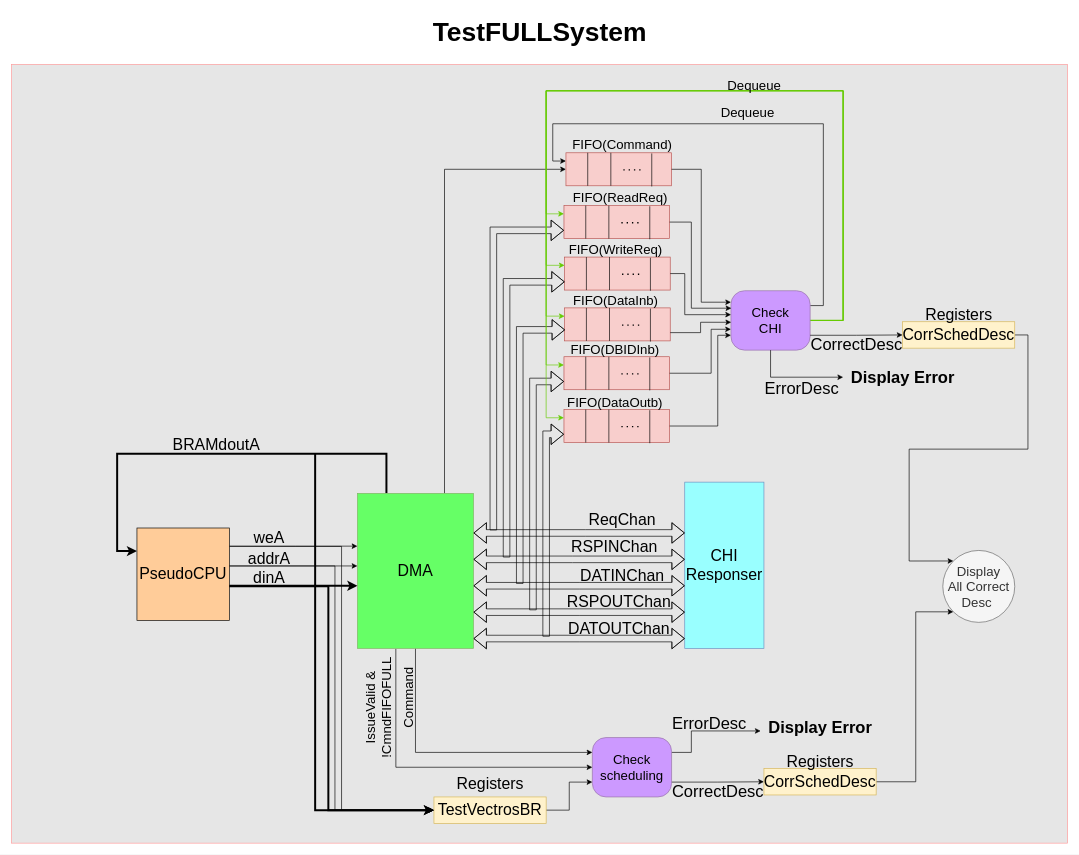
The draw.io diagram page "Σελίδα-4" (6 of 6) of chi-Doc-Draw/DMA/Drawings/FULLSystemAligned.drawio in akourkoulos/Chi-DMA, before the edit. Source tidied: cells renumbered, new cells numbered last; positions are measured from the earlier drawing's top-left corner, leaving out a move shared by most shapes. Both pictures are drawn from the tidied source at 66%, with x=0, y=0 at pixel (11, 11).
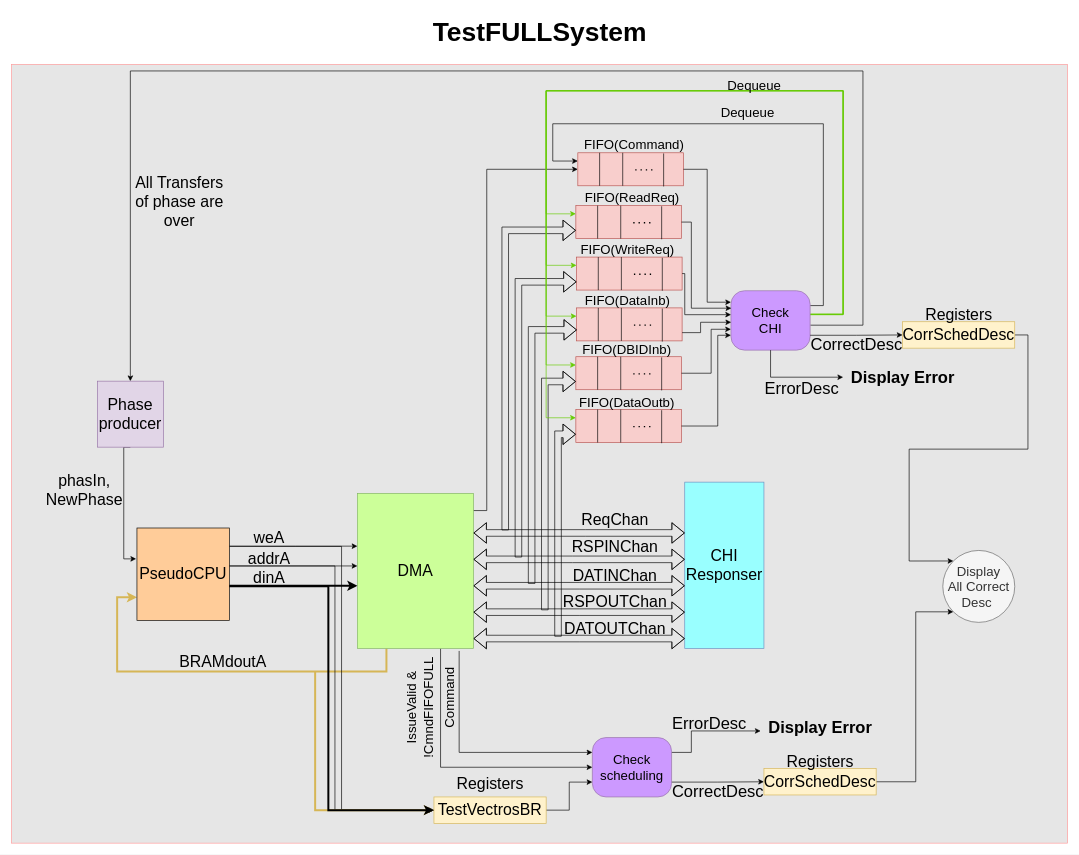
Above is the later version.

Unchanged cells that the change refers to:
```xml
<mxCell id="15" value="&lt;font style=&quot;font-size: 24px;&quot;&gt;PseudoCPU&lt;/font&gt;" style="whiteSpace=wrap;html=1;fontSize=16;fillColor=#FFCC99;" parent="1" vertex="1">
  <mxGeometry x="190" y="782.5" width="140" height="140" as="geometry" />
</mxCell>
<mxCell id="28" value="TestVectrosBR" style="rounded=0;whiteSpace=wrap;html=1;fontSize=24;fillColor=#fff2cc;strokeColor=#d6b656;" parent="1" vertex="1">
  <mxGeometry x="640" y="1190" width="170" height="40" as="geometry" />
</mxCell>
<mxCell id="38" value="Check&lt;br&gt;scheduling" style="rounded=1;whiteSpace=wrap;html=1;fontSize=20;fillColor=#CC99FF;arcSize=23;strokeColor=#9673a6;" parent="1" vertex="1">
  <mxGeometry x="880" y="1100" width="120" height="90" as="geometry" />
</mxCell>
<mxCell id="46" style="rounded=0;whiteSpace=wrap;html=1;fontSize=26;fillColor=#f8cecc;strokeColor=#b85450;" parent="45" vertex="1">
  <mxGeometry width="160" height="50" as="geometry" />
</mxCell>
<mxCell id="53" style="rounded=0;whiteSpace=wrap;html=1;fontSize=26;fillColor=#f8cecc;strokeColor=#b85450;" parent="52" vertex="1">
  <mxGeometry width="160" height="50" as="geometry" />
</mxCell>
<mxCell id="60" style="rounded=0;whiteSpace=wrap;html=1;fontSize=26;fillColor=#f8cecc;strokeColor=#b85450;" parent="59" vertex="1">
  <mxGeometry width="160" height="50" as="geometry" />
</mxCell>
<mxCell id="67" style="rounded=0;whiteSpace=wrap;html=1;fontSize=26;fillColor=#f8cecc;strokeColor=#b85450;" parent="66" vertex="1">
  <mxGeometry width="160" height="50" as="geometry" />
</mxCell>
<mxCell id="74" style="rounded=0;whiteSpace=wrap;html=1;fontSize=26;fillColor=#f8cecc;strokeColor=#b85450;" parent="73" vertex="1">
  <mxGeometry width="160" height="50" as="geometry" />
</mxCell>
<mxCell id="91" value="Check&lt;br&gt;CHI" style="rounded=1;whiteSpace=wrap;html=1;fontSize=20;fillColor=#CC99FF;arcSize=23;strokeColor=#9673a6;" parent="1" vertex="1">
  <mxGeometry x="1090" y="423" width="120" height="90" as="geometry" />
</mxCell>
<mxCell id="93" style="rounded=0;whiteSpace=wrap;html=1;fontSize=26;fillColor=#f8cecc;strokeColor=#b85450;" parent="92" vertex="1">
  <mxGeometry width="160" height="50" as="geometry" />
</mxCell>
```

The edit, as a diff of the source:
```diff
@@
-    <mxCell id="4" style="edgeStyle=orthogonalEdgeStyle;rounded=0;jettySize=auto;html=1;exitX=0.25;exitY=0;exitDx=0;exitDy=0;entryX=0;entryY=0.25;entryDx=0;entryDy=0;strokeWidth=3;fontSize=24;" parent="1" edge="1" source="8" target="15">
+    <mxCell id="4" style="edgeStyle=orthogonalEdgeStyle;rounded=0;jettySize=auto;html=1;entryX=0;entryY=0.75;entryDx=0;entryDy=0;strokeWidth=3;fontSize=24;fillColor=#fff2cc;strokeColor=#d6b656;" parent="1" edge="1" source="8" target="15">
       <mxGeometry relative="1" as="geometry">
         <Array as="points">
-          <mxPoint x="568" y="670" />
-          <mxPoint x="160" y="670" />
-          <mxPoint x="160" y="818" />
+          <mxPoint x="568" y="1000" />
+          <mxPoint x="160" y="1000" />
+          <mxPoint x="160" y="888" />
         </Array>
       </mxGeometry>
     </mxCell>
-    <mxCell id="5" style="edgeStyle=orthogonalEdgeStyle;rounded=0;jettySize=auto;html=1;exitX=0.5;exitY=1;exitDx=0;exitDy=0;entryX=0;entryY=0.25;entryDx=0;entryDy=0;strokeWidth=1;fontSize=24;startArrow=none;startFill=0;" parent="1" edge="1" source="8" target="38">
-      <mxGeometry relative="1" as="geometry" />
+    <mxCell id="5" style="edgeStyle=orthogonalEdgeStyle;rounded=0;jettySize=auto;html=1;exitX=0.876;exitY=1.016;exitDx=0;exitDy=0;entryX=0;entryY=0.25;entryDx=0;entryDy=0;strokeWidth=1;fontSize=24;startArrow=none;startFill=0;exitPerimeter=0;" parent="1" edge="1" source="8" target="38">
+      <mxGeometry relative="1" as="geometry">
+        <Array as="points">
+          <mxPoint x="678" y="1123" />
+        </Array>
+      </mxGeometry>
     </mxCell>
-    <mxCell id="6" style="edgeStyle=orthogonalEdgeStyle;rounded=0;jettySize=auto;html=1;exitX=0.331;exitY=1.003;exitDx=0;exitDy=0;entryX=0;entryY=0.5;entryDx=0;entryDy=0;strokeWidth=1;fontSize=21;startArrow=none;startFill=0;exitPerimeter=0;" parent="1" edge="1" source="8" target="38">
-      <mxGeometry relative="1" as="geometry" />
+    <mxCell id="6" style="edgeStyle=orthogonalEdgeStyle;rounded=0;jettySize=auto;html=1;entryX=0;entryY=0.5;entryDx=0;entryDy=0;strokeWidth=1;fontSize=21;startArrow=none;startFill=0;" parent="1" edge="1" source="8" target="38">
+      <mxGeometry relative="1" as="geometry">
+        <Array as="points">
+          <mxPoint x="650" y="1145" />
+        </Array>
+      </mxGeometry>
     </mxCell>
-    <mxCell id="7" style="edgeStyle=orthogonalEdgeStyle;rounded=0;jettySize=auto;html=1;exitX=0.75;exitY=0;exitDx=0;exitDy=0;entryX=0;entryY=0.5;entryDx=0;entryDy=0;strokeWidth=1;fontSize=25;startArrow=none;startFill=0;" parent="1" edge="1" source="8" target="93">
-      <mxGeometry relative="1" as="geometry" />
+    <mxCell id="7" style="edgeStyle=orthogonalEdgeStyle;rounded=0;jettySize=auto;html=1;exitX=0.996;exitY=0.111;exitDx=0;exitDy=0;entryX=0;entryY=0.5;entryDx=0;entryDy=0;strokeWidth=1;fontSize=25;startArrow=none;startFill=0;exitPerimeter=0;" parent="1" edge="1" source="8" target="93">
+      <mxGeometry relative="1" as="geometry">
+        <Array as="points">
+          <mxPoint x="720" y="756" />
+          <mxPoint x="720" y="239" />
+        </Array>
+      </mxGeometry>
     </mxCell>
-    <mxCell id="8" value="DMA" style="rounded=0;whiteSpace=wrap;html=1;fontSize=24;fillColor=#66FF66;strokeColor=#82b366;" parent="1" vertex="1">
+    <mxCell id="8" value="DMA" style="rounded=0;whiteSpace=wrap;html=1;fontSize=24;fillColor=#CCFF99;strokeColor=#82b366;" parent="1" vertex="1">
       <mxGeometry x="524" y="730" width="176" height="235" as="geometry" />
     </mxCell>
@@
     <mxCell id="16" value="&lt;span style=&quot;text-align: left;&quot;&gt;BRAMdoutA&lt;/span&gt;" style="text;html=1;align=center;verticalAlign=middle;strokeColor=none;fillColor=none;fontSize=24;" parent="1" vertex="1">
-      <mxGeometry x="230" y="637" width="160" height="40" as="geometry" />
+      <mxGeometry x="240" y="965" width="160" height="40" as="geometry" />
     </mxCell>
@@
     <mxCell id="22" value="ReqChan" style="text;html=1;align=center;verticalAlign=middle;strokeColor=none;fillColor=none;fontSize=24;" parent="1" vertex="1">
-      <mxGeometry x="865" y="751" width="120" height="40" as="geometry" />
+      <mxGeometry x="854" y="751" width="120" height="40" as="geometry" />
     </mxCell>
     <mxCell id="23" value="RSPINChan" style="text;html=1;align=center;verticalAlign=middle;strokeColor=none;fillColor=none;fontSize=24;" parent="1" vertex="1">
-      <mxGeometry x="838" y="791" width="150" height="40" as="geometry" />
+      <mxGeometry x="839" y="791" width="150" height="40" as="geometry" />
     </mxCell>
     <mxCell id="24" value="RSPOUTChan" style="text;html=1;align=center;verticalAlign=middle;strokeColor=none;fillColor=none;fontSize=24;" parent="1" vertex="1">
-      <mxGeometry x="830" y="875" width="180" height="40" as="geometry" />
+      <mxGeometry x="824" y="875" width="180" height="40" as="geometry" />
     </mxCell>
     <mxCell id="25" value="DATOUTChan" style="text;html=1;align=center;verticalAlign=middle;strokeColor=none;fillColor=none;fontSize=24;" parent="1" vertex="1">
-      <mxGeometry x="830" y="915" width="180" height="40" as="geometry" />
+      <mxGeometry x="824" y="915" width="180" height="40" as="geometry" />
     </mxCell>
     <mxCell id="26" value="DATINChan" style="text;html=1;align=center;verticalAlign=middle;strokeColor=none;fillColor=none;fontSize=24;" parent="1" vertex="1">
-      <mxGeometry x="850" y="835" width="150" height="40" as="geometry" />
+      <mxGeometry x="839" y="835" width="150" height="40" as="geometry" />
     </mxCell>
@@
-    <mxCell id="32" style="endArrow=classic;html=1;rounded=0;strokeWidth=3;fontSize=24;edgeStyle=orthogonalEdgeStyle;exitX=1;exitY=0.63;exitDx=0;exitDy=0;exitPerimeter=0;entryX=0;entryY=0.5;entryDx=0;entryDy=0;" parent="1" edge="1" source="15" target="28">
-      <mxGeometry relative="1" as="geometry">
-        <Array as="points">
-          <mxPoint x="480" y="871" />
-          <mxPoint x="480" y="1210" />
-        </Array>
-      </mxGeometry>
-    </mxCell>
-    <mxCell id="33" style="endArrow=classic;html=1;rounded=0;strokeWidth=3;fontSize=24;edgeStyle=orthogonalEdgeStyle;entryX=0;entryY=0.5;entryDx=0;entryDy=0;" parent="1" edge="1" target="28">
+    <mxCell id="33" style="endArrow=classic;html=1;rounded=0;strokeWidth=3;fontSize=24;edgeStyle=orthogonalEdgeStyle;entryX=0;entryY=0.5;entryDx=0;entryDy=0;fillColor=#fff2cc;strokeColor=#d6b656;" parent="1" edge="1" target="28">
       <mxGeometry relative="1" as="geometry">
-        <mxPoint x="460" y="670" as="sourcePoint" />
+        <mxPoint x="460" y="1000" as="sourcePoint" />
         <Array as="points">
           <mxPoint x="460" y="1210" />
         </Array>
       </mxGeometry>
     </mxCell>
     <mxCell id="34" value="&lt;font style=&quot;font-size: 20px;&quot;&gt;Command&lt;/font&gt;" style="text;html=1;align=center;verticalAlign=middle;strokeColor=none;fillColor=none;fontSize=24;rotation=-90;" parent="1" vertex="1">
-      <mxGeometry x="540" y="1020" width="120" height="40" as="geometry" />
+      <mxGeometry x="603" y="1020" width="120" height="40" as="geometry" />
     </mxCell>
     <mxCell id="35" value="&lt;font style=&quot;font-size: 20px;&quot;&gt;&lt;br style=&quot;&quot;&gt;IssueValid &amp;amp;&lt;br style=&quot;&quot;&gt;!CmndFIFOFULL&lt;/font&gt;" style="text;html=1;align=center;verticalAlign=middle;strokeColor=none;fillColor=none;fontSize=21;rotation=-90;" parent="1" vertex="1">
-      <mxGeometry x="453" y="1010" width="180" height="90" as="geometry" />
+      <mxGeometry x="516" y="1010" width="180" height="90" as="geometry" />
     </mxCell>
@@
     <mxCell id="45" style="group;" parent="1" vertex="1">
-      <mxGeometry x="837" y="294" width="160" height="51" as="geometry" />
+      <mxGeometry x="855" y="294" width="160" height="51" as="geometry" />
     </mxCell>
@@
     <mxCell id="51" value="&lt;font style=&quot;font-size: 20px;&quot;&gt;FIFO(ReadReq)&lt;/font&gt;" style="text;html=1;align=center;verticalAlign=middle;strokeColor=none;fillColor=none;fontSize=26;" parent="1" vertex="1">
-      <mxGeometry x="837" y="260" width="170" height="40" as="geometry" />
+      <mxGeometry x="855" y="260" width="170" height="40" as="geometry" />
     </mxCell>
     <mxCell id="52" style="group;" parent="1" vertex="1">
-      <mxGeometry x="838" y="372" width="160" height="51" as="geometry" />
+      <mxGeometry x="856" y="372" width="160" height="51" as="geometry" />
     </mxCell>
@@
     <mxCell id="58" value="&lt;font style=&quot;font-size: 20px;&quot;&gt;FIFO(WriteReq)&lt;/font&gt;" style="text;html=1;align=center;verticalAlign=middle;strokeColor=none;fillColor=none;fontSize=26;" parent="1" vertex="1">
-      <mxGeometry x="830" y="339" width="170" height="40" as="geometry" />
+      <mxGeometry x="848" y="339" width="170" height="40" as="geometry" />
     </mxCell>
     <mxCell id="59" style="group;" parent="1" vertex="1">
-      <mxGeometry x="838" y="449" width="160" height="51" as="geometry" />
+      <mxGeometry x="856" y="449" width="160" height="51" as="geometry" />
     </mxCell>
@@
     <mxCell id="65" value="&lt;font style=&quot;font-size: 20px;&quot;&gt;FIFO(DataInb)&lt;/font&gt;" style="text;html=1;align=center;verticalAlign=middle;strokeColor=none;fillColor=none;fontSize=26;" parent="1" vertex="1">
-      <mxGeometry x="840" y="416" width="150" height="40" as="geometry" />
+      <mxGeometry x="858" y="416" width="150" height="40" as="geometry" />
     </mxCell>
     <mxCell id="66" style="group;" parent="1" vertex="1">
-      <mxGeometry x="837" y="523" width="160" height="51" as="geometry" />
+      <mxGeometry x="855" y="523" width="160" height="51" as="geometry" />
     </mxCell>
@@
     <mxCell id="72" value="&lt;font style=&quot;font-size: 20px;&quot;&gt;FIFO(DBIDInb)&lt;/font&gt;" style="text;html=1;align=center;verticalAlign=middle;strokeColor=none;fillColor=none;fontSize=26;" parent="1" vertex="1">
-      <mxGeometry x="834" y="490" width="160" height="40" as="geometry" />
+      <mxGeometry x="852" y="490" width="160" height="40" as="geometry" />
     </mxCell>
     <mxCell id="73" style="group;" parent="1" vertex="1">
-      <mxGeometry x="837" y="603" width="160" height="51" as="geometry" />
+      <mxGeometry x="855" y="603" width="160" height="51" as="geometry" />
     </mxCell>
@@
     <mxCell id="79" value="&lt;font style=&quot;font-size: 20px;&quot;&gt;FIFO(DataOutb)&lt;/font&gt;" style="text;html=1;align=center;verticalAlign=middle;strokeColor=none;fillColor=none;fontSize=26;" parent="1" vertex="1">
-      <mxGeometry x="829" y="570" width="170" height="40" as="geometry" />
+      <mxGeometry x="847" y="570" width="170" height="40" as="geometry" />
     </mxCell>
     <mxCell id="80" style="edgeStyle=orthogonalEdgeStyle;rounded=0;jettySize=auto;html=1;strokeWidth=1;fontSize=25;startArrow=none;startFill=0;entryX=0;entryY=0.75;entryDx=0;entryDy=0;shape=flexArrow;" parent="1" edge="1" target="46">
       <mxGeometry relative="1" as="geometry">
-        <mxPoint x="730" y="786" as="sourcePoint" />
+        <mxPoint x="748" y="786" as="sourcePoint" />
         <Array as="points">
-          <mxPoint x="730" y="332" />
-          <mxPoint x="837" y="332" />
+          <mxPoint x="748" y="332" />
+          <mxPoint x="855" y="332" />
         </Array>
       </mxGeometry>
     </mxCell>
     <mxCell id="81" style="edgeStyle=orthogonalEdgeStyle;rounded=0;jettySize=auto;html=1;strokeWidth=1;fontSize=25;startArrow=none;startFill=0;entryX=0;entryY=0.75;entryDx=0;entryDy=0;shape=flexArrow;" parent="1" edge="1" target="53">
       <mxGeometry relative="1" as="geometry">
-        <mxPoint x="750" y="827" as="sourcePoint" />
+        <mxPoint x="768" y="827" as="sourcePoint" />
         <Array as="points">
-          <mxPoint x="750" y="410" />
+          <mxPoint x="768" y="410" />
         </Array>
       </mxGeometry>
     </mxCell>
     <mxCell id="82" style="edgeStyle=orthogonalEdgeStyle;shape=flexArrow;rounded=0;jettySize=auto;html=1;strokeWidth=1;fontSize=25;startArrow=none;startFill=0;entryX=0.003;entryY=0.666;entryDx=0;entryDy=0;entryPerimeter=0;" parent="1" edge="1" target="60">
       <mxGeometry relative="1" as="geometry">
-        <mxPoint x="770" y="867" as="sourcePoint" />
+        <mxPoint x="788" y="867" as="sourcePoint" />
         <Array as="points">
-          <mxPoint x="770" y="482" />
+          <mxPoint x="788" y="482" />
         </Array>
       </mxGeometry>
     </mxCell>
     <mxCell id="83" style="edgeStyle=orthogonalEdgeStyle;shape=flexArrow;rounded=0;jettySize=auto;html=1;exitX=0;exitY=0.5;exitDx=0;exitDy=0;strokeWidth=1;fontSize=25;startArrow=none;startFill=0;entryX=0;entryY=0.75;entryDx=0;entryDy=0;" parent="1" edge="1" target="67">
       <mxGeometry relative="1" as="geometry">
-        <mxPoint x="790" y="907" as="sourcePoint" />
+        <mxPoint x="808" y="907" as="sourcePoint" />
         <Array as="points">
-          <mxPoint x="790" y="560" />
-          <mxPoint x="837" y="560" />
+          <mxPoint x="808" y="560" />
+          <mxPoint x="855" y="560" />
         </Array>
       </mxGeometry>
     </mxCell>
     <mxCell id="84" style="edgeStyle=orthogonalEdgeStyle;shape=flexArrow;rounded=0;jettySize=auto;html=1;exitX=0;exitY=0.5;exitDx=0;exitDy=0;strokeWidth=1;fontSize=25;startArrow=none;startFill=0;entryX=0;entryY=0.75;entryDx=0;entryDy=0;" parent="1" edge="1" target="74">
       <mxGeometry relative="1" as="geometry">
-        <mxPoint x="810" y="947" as="sourcePoint" />
+        <mxPoint x="828" y="947" as="sourcePoint" />
         <Array as="points">
-          <mxPoint x="810" y="641" />
-          <mxPoint x="837" y="641" />
+          <mxPoint x="828" y="641" />
+          <mxPoint x="855" y="641" />
         </Array>
       </mxGeometry>
     </mxCell>
@@
-    <mxCell id="86" style="edgeStyle=orthogonalEdgeStyle;rounded=0;jettySize=auto;html=1;exitX=1;exitY=0.5;exitDx=0;exitDy=0;entryX=0;entryY=0.25;entryDx=0;entryDy=0;strokeWidth=1;fontSize=20;startArrow=none;startFill=0;fillColor=#d5e8d4;strokeColor=#66CC00;" parent="1" edge="1" source="91" target="46">
+    <mxCell id="86" style="edgeStyle=orthogonalEdgeStyle;rounded=0;jettySize=auto;html=1;exitX=1.002;exitY=0.397;exitDx=0;exitDy=0;entryX=0;entryY=0.25;entryDx=0;entryDy=0;strokeWidth=1;fontSize=20;startArrow=none;startFill=0;fillColor=#d5e8d4;strokeColor=#66CC00;exitPerimeter=0;" parent="1" edge="1" source="91" target="46">
       <mxGeometry relative="1" as="geometry">
         <Array as="points">
-          <mxPoint x="1260" y="468" />
+          <mxPoint x="1260" y="459" />
           <mxPoint x="1260" y="120" />
           <mxPoint x="810" y="120" />
-          <mxPoint x="810" y="307" />
+          <mxPoint x="810" y="306" />
         </Array>
       </mxGeometry>
     </mxCell>
-    <mxCell id="87" style="edgeStyle=orthogonalEdgeStyle;rounded=0;jettySize=auto;html=1;exitX=1;exitY=0.5;exitDx=0;exitDy=0;entryX=0;entryY=0.25;entryDx=0;entryDy=0;strokeWidth=1;fontSize=20;startArrow=none;startFill=0;fillColor=#d5e8d4;strokeColor=#66CC00;" parent="1" edge="1" source="91" target="53">
+    <mxCell id="87" style="edgeStyle=orthogonalEdgeStyle;rounded=0;jettySize=auto;html=1;exitX=1.007;exitY=0.397;exitDx=0;exitDy=0;entryX=0;entryY=0.25;entryDx=0;entryDy=0;strokeWidth=1;fontSize=20;startArrow=none;startFill=0;fillColor=#d5e8d4;strokeColor=#66CC00;exitPerimeter=0;" parent="1" edge="1" source="91" target="53">
       <mxGeometry relative="1" as="geometry">
         <Array as="points">
-          <mxPoint x="1260" y="468" />
+          <mxPoint x="1260" y="459" />
           <mxPoint x="1260" y="120" />
           <mxPoint x="810" y="120" />
-          <mxPoint x="810" y="385" />
+          <mxPoint x="810" y="384" />
         </Array>
       </mxGeometry>
     </mxCell>
-    <mxCell id="88" style="edgeStyle=orthogonalEdgeStyle;rounded=0;jettySize=auto;html=1;exitX=1;exitY=0.5;exitDx=0;exitDy=0;entryX=0;entryY=0.25;entryDx=0;entryDy=0;strokeWidth=1;fontSize=20;startArrow=none;startFill=0;fillColor=#d5e8d4;strokeColor=#66CC00;" parent="1" edge="1" source="91" target="60">
+    <mxCell id="88" style="edgeStyle=orthogonalEdgeStyle;rounded=0;jettySize=auto;html=1;exitX=0.997;exitY=0.404;exitDx=0;exitDy=0;entryX=0;entryY=0.25;entryDx=0;entryDy=0;strokeWidth=1;fontSize=20;startArrow=none;startFill=0;fillColor=#d5e8d4;strokeColor=#66CC00;exitPerimeter=0;" parent="1" edge="1" source="91" target="60">
       <mxGeometry relative="1" as="geometry">
         <Array as="points">
-          <mxPoint x="1260" y="468" />
+          <mxPoint x="1260" y="459" />
           <mxPoint x="1260" y="120" />
           <mxPoint x="810" y="120" />
           <mxPoint x="810" y="462" />
         </Array>
       </mxGeometry>
     </mxCell>
-    <mxCell id="89" style="edgeStyle=orthogonalEdgeStyle;rounded=0;jettySize=auto;html=1;exitX=1;exitY=0.5;exitDx=0;exitDy=0;entryX=0;entryY=0.25;entryDx=0;entryDy=0;strokeWidth=1;fontSize=20;startArrow=none;startFill=0;fillColor=#d5e8d4;strokeColor=#66CC00;" parent="1" edge="1" source="91" target="67">
+    <mxCell id="89" style="edgeStyle=orthogonalEdgeStyle;rounded=0;jettySize=auto;html=1;exitX=0.997;exitY=0.397;exitDx=0;exitDy=0;entryX=0;entryY=0.25;entryDx=0;entryDy=0;strokeWidth=1;fontSize=20;startArrow=none;startFill=0;fillColor=#d5e8d4;strokeColor=#66CC00;exitPerimeter=0;" parent="1" edge="1" source="91" target="67">
       <mxGeometry relative="1" as="geometry">
         <Array as="points">
-          <mxPoint x="1260" y="468" />
+          <mxPoint x="1260" y="459" />
           <mxPoint x="1260" y="120" />
           <mxPoint x="810" y="120" />
           <mxPoint x="810" y="536" />
         </Array>
       </mxGeometry>
     </mxCell>
-    <mxCell id="90" style="edgeStyle=orthogonalEdgeStyle;rounded=0;jettySize=auto;html=1;exitX=1;exitY=0.5;exitDx=0;exitDy=0;entryX=0;entryY=0.25;entryDx=0;entryDy=0;strokeWidth=1;fontSize=20;startArrow=none;startFill=0;fillColor=#d5e8d4;strokeColor=#66CC00;" parent="1" edge="1" source="91" target="74">
+    <mxCell id="90" style="edgeStyle=orthogonalEdgeStyle;rounded=0;jettySize=auto;html=1;exitX=0.997;exitY=0.397;exitDx=0;exitDy=0;entryX=0;entryY=0.25;entryDx=0;entryDy=0;strokeWidth=1;fontSize=20;startArrow=none;startFill=0;fillColor=#d5e8d4;strokeColor=#66CC00;exitPerimeter=0;" parent="1" edge="1" source="91" target="74">
       <mxGeometry relative="1" as="geometry">
         <Array as="points">
-          <mxPoint x="1260" y="468" />
+          <mxPoint x="1260" y="459" />
           <mxPoint x="1260" y="120" />
           <mxPoint x="810" y="120" />
           <mxPoint x="810" y="616" />
-          <mxPoint x="837" y="616" />
         </Array>
       </mxGeometry>
     </mxCell>
+    <mxCell id="117" style="edgeStyle=orthogonalEdgeStyle;rounded=0;jettySize=auto;html=1;entryX=0.5;entryY=0;entryDx=0;entryDy=0;fontSize=24;exitX=1.002;exitY=0.58;exitDx=0;exitDy=0;exitPerimeter=0;" parent="1" edge="1" source="91" target="119">
+      <mxGeometry relative="1" as="geometry">
+        <Array as="points">
+          <mxPoint x="1290" y="475" />
+          <mxPoint x="1290" y="90" />
+          <mxPoint x="180" y="90" />
+        </Array>
+      </mxGeometry>
+    </mxCell>
@@
     <mxCell id="92" style="group;" parent="1" vertex="1">
-      <mxGeometry x="840" y="214" width="160" height="51" as="geometry" />
+      <mxGeometry x="858" y="214" width="160" height="51" as="geometry" />
     </mxCell>
@@
     <mxCell id="98" value="&lt;font style=&quot;font-size: 20px;&quot;&gt;FIFO(Command)&lt;/font&gt;" style="text;html=1;align=center;verticalAlign=middle;strokeColor=none;fillColor=none;fontSize=26;" parent="1" vertex="1">
-      <mxGeometry x="840" y="180" width="170" height="40" as="geometry" />
+      <mxGeometry x="858" y="180" width="170" height="40" as="geometry" />
     </mxCell>
@@
+    <mxCell id="32" style="endArrow=classic;html=1;rounded=0;strokeWidth=3;fontSize=24;edgeStyle=orthogonalEdgeStyle;exitX=1;exitY=0.63;exitDx=0;exitDy=0;exitPerimeter=0;entryX=0;entryY=0.5;entryDx=0;entryDy=0;" parent="1" edge="1" source="15" target="28">
+      <mxGeometry relative="1" as="geometry">
+        <Array as="points">
+          <mxPoint x="480" y="871" />
+          <mxPoint x="480" y="1210" />
+        </Array>
+      </mxGeometry>
+    </mxCell>
+    <mxCell id="118" style="edgeStyle=orthogonalEdgeStyle;rounded=0;jettySize=auto;html=1;exitX=0.5;exitY=1;exitDx=0;exitDy=0;entryX=-0.009;entryY=0.334;entryDx=0;entryDy=0;entryPerimeter=0;fontSize=24;" parent="1" edge="1" source="119" target="15">
+      <mxGeometry relative="1" as="geometry">
+        <Array as="points">
+          <mxPoint x="170" y="660" />
+          <mxPoint x="170" y="829" />
+        </Array>
+      </mxGeometry>
+    </mxCell>
+    <mxCell id="119" value="Phase&lt;br&gt;producer" style="whiteSpace=wrap;html=1;strokeColor=#9673a6;fontSize=24;fillColor=#e1d5e7;" parent="1" vertex="1">
+      <mxGeometry x="130" y="560" width="100" height="100" as="geometry" />
+    </mxCell>
+    <mxCell id="120" value="phasIn,&lt;br&gt;NewPhase" style="text;html=1;align=center;verticalAlign=middle;strokeColor=none;fillColor=none;fontSize=24;" parent="1" vertex="1">
+      <mxGeometry x="40" y="690" width="140" height="70" as="geometry" />
+    </mxCell>
+    <mxCell id="121" value="All Transfers&lt;br&gt;of phase are&lt;br&gt;over" style="text;html=1;align=center;verticalAlign=middle;strokeColor=none;fillColor=none;fontSize=24;" parent="1" vertex="1">
+      <mxGeometry x="174" y="239" width="160" height="100" as="geometry" />
+    </mxCell>
```
